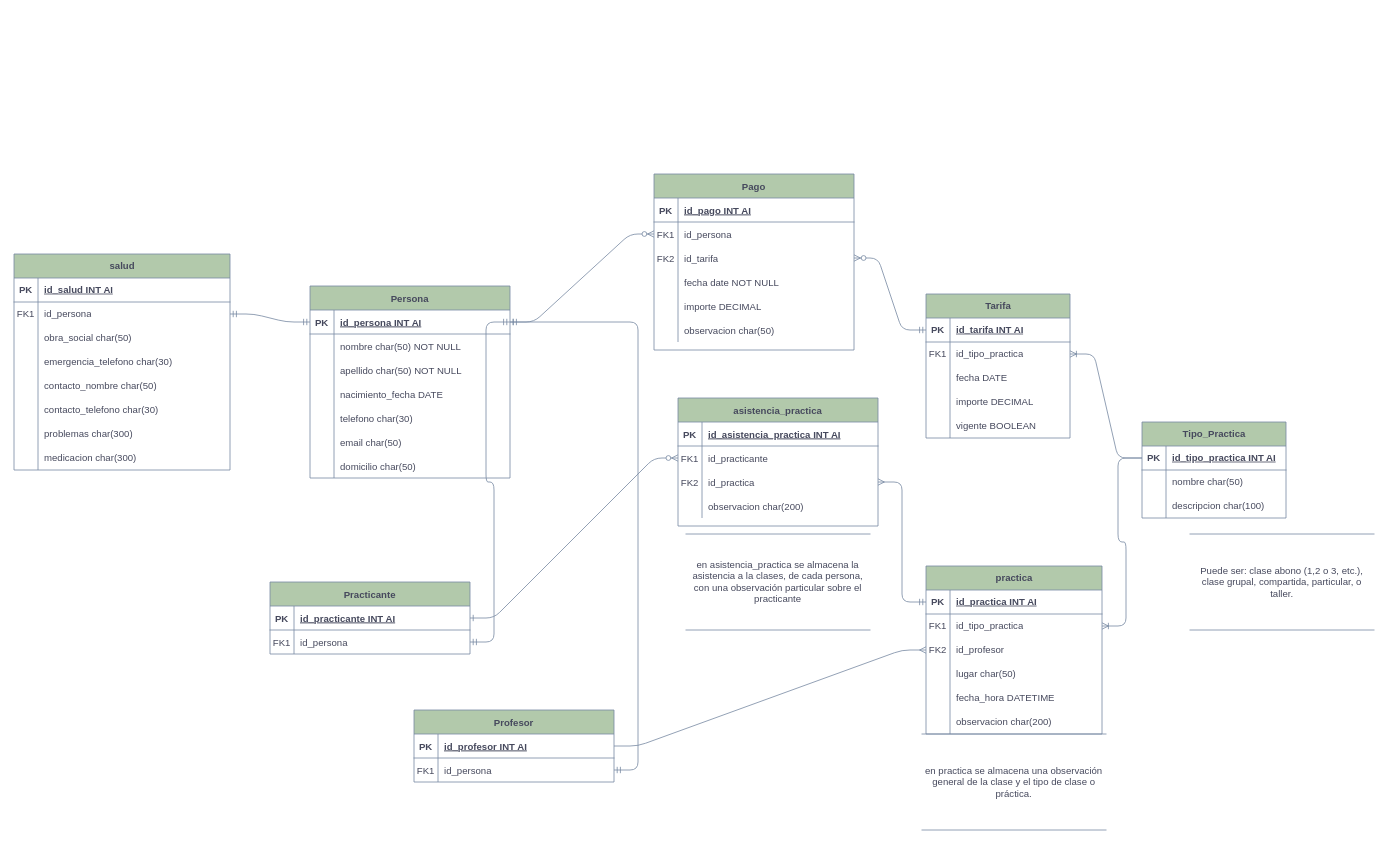
This is bd_taichimdp.drawio from Alexmdq80/taichimdp_bd, a draw.io file, before an edit. Source tidied: cells renumbered, new cells numbered last; positions are measured from the earlier drawing's top-left corner, leaving out a move shared by most shapes. Both pictures are drawn from the tidied source at 80%, with x=0, y=0 at pixel (14, 174).
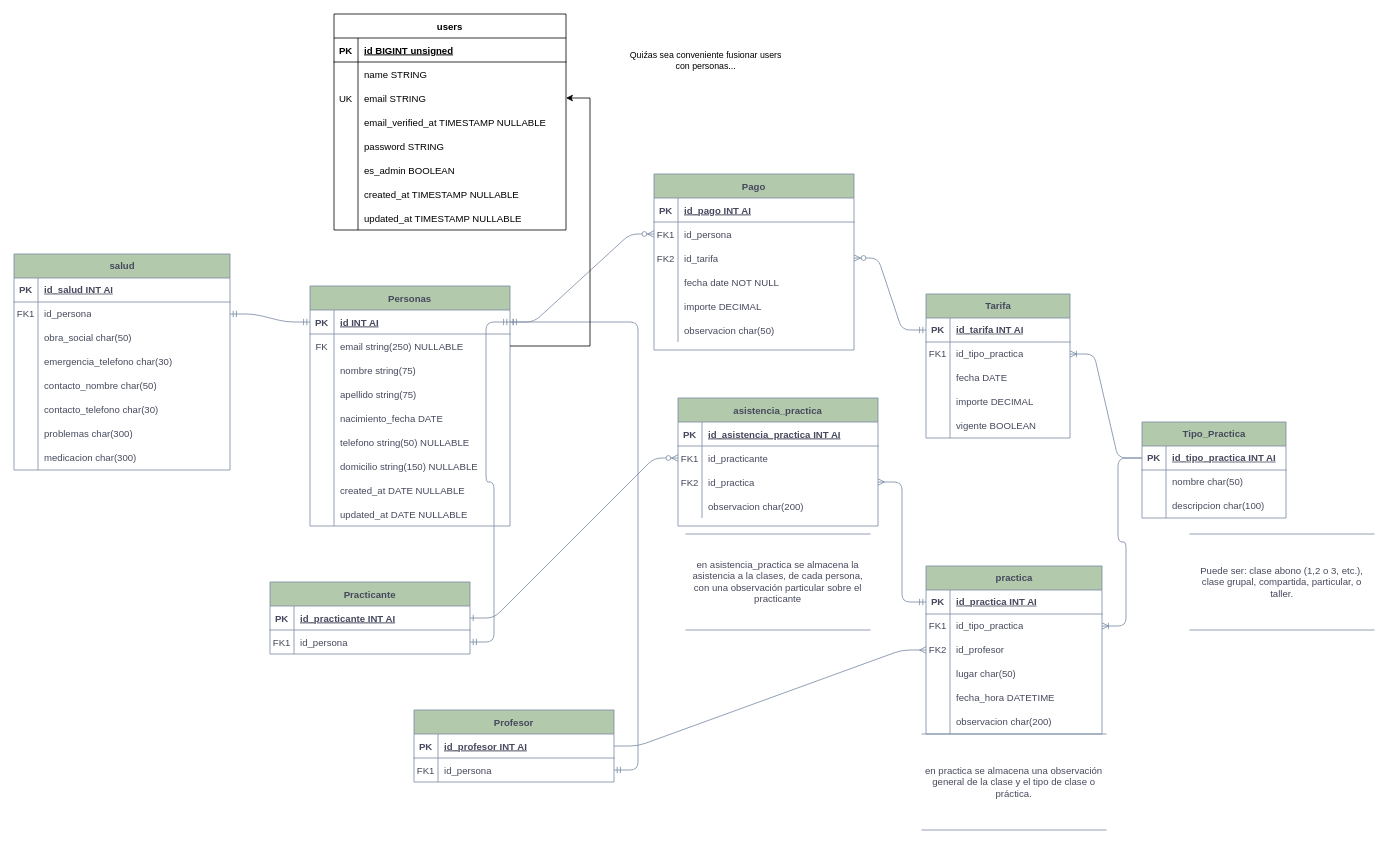
After the change.

Unchanged cells that the change refers to:
```xml
<mxCell id="24" style="shape=partialRectangle;fillColor=none;points=[[0,0.5],[1,0.5]];portConstraint=eastwest;top=0;left=0;right=0;bottom=1;labelBackgroundColor=none;strokeColor=#788AA3;fontColor=#46495D;" parent="23" vertex="1">
  <mxGeometry y="30" width="250" height="30" as="geometry" />
</mxCell>
<mxCell id="42" style="shape=partialRectangle;fillColor=none;top=0;left=0;right=0;bottom=0;labelBackgroundColor=none;strokeColor=#788AA3;fontColor=#46495D;" parent="23" vertex="1">
  <mxGeometry y="210" width="250" height="30" as="geometry" />
</mxCell>
```

The edit, as a diff of the source:
```diff
@@
-    <mxCell id="23" value="Persona" style="shape=table;startSize=30;childLayout=tableLayout;rowLines=0;fontStyle=1;align=center;labelBackgroundColor=none;fillColor=#B2C9AB;strokeColor=#788AA3;fontColor=#46495D;" parent="1" vertex="1">
-      <mxGeometry x="370" y="140" width="250" height="240" as="geometry" />
+    <mxCell id="23" value="Personas" style="shape=table;startSize=30;childLayout=tableLayout;rowLines=0;fontStyle=1;align=center;labelBackgroundColor=none;fillColor=#B2C9AB;strokeColor=#788AA3;fontColor=#46495D;" parent="1" vertex="1">
+      <mxGeometry x="370" y="140" width="250" height="300" as="geometry" />
     </mxCell>
@@
-    <mxCell id="26" value="id_persona INT AI" style="shape=partialRectangle;overflow=hidden;fillColor=none;top=0;left=0;bottom=0;right=0;align=left;spacingLeft=6;fontStyle=5;labelBackgroundColor=none;strokeColor=#788AA3;fontColor=#46495D;" parent="24" vertex="1">
+    <mxCell id="26" value="id INT AI" style="shape=partialRectangle;overflow=hidden;fillColor=none;top=0;left=0;bottom=0;right=0;align=left;spacingLeft=6;fontStyle=5;labelBackgroundColor=none;strokeColor=#788AA3;fontColor=#46495D;" parent="24" vertex="1">
       <mxGeometry x="30" width="220" height="30" as="geometry" />
     </mxCell>
+    <mxCell id="39" style="shape=partialRectangle;fillColor=none;points=[[0,0.5],[1,0.5]];portConstraint=eastwest;top=0;left=0;right=0;bottom=0;labelBackgroundColor=none;strokeColor=#788AA3;fontColor=#46495D;" parent="23" vertex="1">
+      <mxGeometry y="60" width="250" height="30" as="geometry" />
+    </mxCell>
+    <mxCell id="40" value="FK" style="shape=partialRectangle;overflow=hidden;fillColor=none;top=0;left=0;bottom=0;right=0;labelBackgroundColor=none;strokeColor=#788AA3;fontColor=#46495D;" parent="39" vertex="1">
+      <mxGeometry width="30" height="30" as="geometry" />
+    </mxCell>
+    <mxCell id="41" value="email string(250) NULLABLE" style="shape=partialRectangle;overflow=hidden;fillColor=none;top=0;left=0;bottom=0;right=0;align=left;spacingLeft=6;labelBackgroundColor=none;strokeColor=#788AA3;fontColor=#46495D;" parent="39" vertex="1">
+      <mxGeometry x="30" width="220" height="30" as="geometry" />
+    </mxCell>
     <mxCell id="27" style="shape=partialRectangle;fillColor=none;top=0;left=0;right=0;bottom=0;labelBackgroundColor=none;strokeColor=#788AA3;fontColor=#46495D;" parent="23" vertex="1">
-      <mxGeometry y="60" width="250" height="30" as="geometry" />
+      <mxGeometry y="90" width="250" height="30" as="geometry" />
     </mxCell>
@@
-    <mxCell id="29" value="nombre char(50) NOT NULL" style="shape=partialRectangle;overflow=hidden;fillColor=none;top=0;left=0;bottom=0;right=0;align=left;spacingLeft=6;rowspan=1;labelBackgroundColor=none;strokeColor=#788AA3;fontColor=#46495D;" parent="27" vertex="1">
+    <mxCell id="29" value="nombre string(75)" style="shape=partialRectangle;overflow=hidden;fillColor=none;top=0;left=0;bottom=0;right=0;align=left;spacingLeft=6;rowspan=1;labelBackgroundColor=none;strokeColor=#788AA3;fontColor=#46495D;" parent="27" vertex="1">
       <mxGeometry x="30" width="220" height="30" as="geometry" />
     </mxCell>
     <mxCell id="30" style="shape=partialRectangle;fillColor=none;top=0;left=0;right=0;bottom=0;labelBackgroundColor=none;strokeColor=#788AA3;fontColor=#46495D;" parent="23" vertex="1">
-      <mxGeometry y="90" width="250" height="30" as="geometry" />
+      <mxGeometry y="120" width="250" height="30" as="geometry" />
     </mxCell>
@@
-    <mxCell id="32" value="apellido char(50) NOT NULL" style="shape=partialRectangle;overflow=hidden;fillColor=none;top=0;left=0;bottom=0;right=0;align=left;spacingLeft=6;labelBackgroundColor=none;strokeColor=#788AA3;fontColor=#46495D;" parent="30" vertex="1">
+    <mxCell id="32" value="apellido string(75)" style="shape=partialRectangle;overflow=hidden;fillColor=none;top=0;left=0;bottom=0;right=0;align=left;spacingLeft=6;labelBackgroundColor=none;strokeColor=#788AA3;fontColor=#46495D;" parent="30" vertex="1">
       <mxGeometry x="30" width="220" height="30" as="geometry" />
     </mxCell>
     <mxCell id="33" style="shape=partialRectangle;fillColor=none;top=0;left=0;right=0;bottom=0;labelBackgroundColor=none;strokeColor=#788AA3;fontColor=#46495D;" parent="23" vertex="1">
-      <mxGeometry y="120" width="250" height="30" as="geometry" />
+      <mxGeometry y="150" width="250" height="30" as="geometry" />
     </mxCell>
@@
     <mxCell id="36" style="shape=partialRectangle;fillColor=none;top=0;left=0;right=0;bottom=0;labelBackgroundColor=none;strokeColor=#788AA3;fontColor=#46495D;" parent="23" vertex="1">
-      <mxGeometry y="150" width="250" height="30" as="geometry" />
+      <mxGeometry y="180" width="250" height="30" as="geometry" />
     </mxCell>
@@
-    <mxCell id="38" value="telefono char(30)" style="shape=partialRectangle;overflow=hidden;fillColor=none;top=0;left=0;bottom=0;right=0;align=left;spacingLeft=6;labelBackgroundColor=none;strokeColor=#788AA3;fontColor=#46495D;" parent="36" vertex="1">
+    <mxCell id="38" value="telefono string(50) NULLABLE" style="shape=partialRectangle;overflow=hidden;fillColor=none;top=0;left=0;bottom=0;right=0;align=left;spacingLeft=6;labelBackgroundColor=none;strokeColor=#788AA3;fontColor=#46495D;" parent="36" vertex="1">
       <mxGeometry x="30" width="220" height="30" as="geometry" />
     </mxCell>
-    <mxCell id="39" style="shape=partialRectangle;fillColor=none;points=[[0,0.5],[1,0.5]];portConstraint=eastwest;top=0;left=0;right=0;bottom=0;labelBackgroundColor=none;strokeColor=#788AA3;fontColor=#46495D;" parent="23" vertex="1">
-      <mxGeometry y="180" width="250" height="30" as="geometry" />
-    </mxCell>
-    <mxCell id="40" style="shape=partialRectangle;overflow=hidden;fillColor=none;top=0;left=0;bottom=0;right=0;labelBackgroundColor=none;strokeColor=#788AA3;fontColor=#46495D;" parent="39" vertex="1">
-      <mxGeometry width="30" height="30" as="geometry" />
-    </mxCell>
-    <mxCell id="41" value="email char(50)" style="shape=partialRectangle;overflow=hidden;fillColor=none;top=0;left=0;bottom=0;right=0;align=left;spacingLeft=6;labelBackgroundColor=none;strokeColor=#788AA3;fontColor=#46495D;" parent="39" vertex="1">
-      <mxGeometry x="30" width="220" height="30" as="geometry" />
-    </mxCell>
@@
-    <mxCell id="44" value="domicilio char(50)" style="shape=partialRectangle;overflow=hidden;fillColor=none;top=0;left=0;bottom=0;right=0;align=left;spacingLeft=6;labelBackgroundColor=none;strokeColor=#788AA3;fontColor=#46495D;" parent="42" vertex="1">
+    <mxCell id="44" value="domicilio string(150) NULLABLE" style="shape=partialRectangle;overflow=hidden;fillColor=none;top=0;left=0;bottom=0;right=0;align=left;spacingLeft=6;labelBackgroundColor=none;strokeColor=#788AA3;fontColor=#46495D;" parent="42" vertex="1">
       <mxGeometry x="30" width="220" height="30" as="geometry" />
     </mxCell>
+    <mxCell id="153" style="shape=partialRectangle;fillColor=none;top=0;left=0;right=0;bottom=0;labelBackgroundColor=none;strokeColor=#788AA3;fontColor=#46495D;" parent="23" vertex="1">
+      <mxGeometry y="240" width="250" height="30" as="geometry" />
+    </mxCell>
+    <mxCell id="154" style="shape=partialRectangle;overflow=hidden;fillColor=none;top=0;left=0;bottom=0;right=0;labelBackgroundColor=none;strokeColor=#788AA3;fontColor=#46495D;" parent="153" vertex="1">
+      <mxGeometry width="30" height="30" as="geometry" />
+    </mxCell>
+    <mxCell id="155" value="created_at DATE NULLABLE" style="shape=partialRectangle;overflow=hidden;fillColor=none;top=0;left=0;bottom=0;right=0;align=left;spacingLeft=6;labelBackgroundColor=none;strokeColor=#788AA3;fontColor=#46495D;" parent="153" vertex="1">
+      <mxGeometry x="30" width="220" height="30" as="geometry" />
+    </mxCell>
+    <mxCell id="156" style="shape=partialRectangle;fillColor=none;top=0;left=0;right=0;bottom=0;labelBackgroundColor=none;strokeColor=#788AA3;fontColor=#46495D;" parent="23" vertex="1">
+      <mxGeometry y="270" width="250" height="30" as="geometry" />
+    </mxCell>
+    <mxCell id="157" style="shape=partialRectangle;overflow=hidden;fillColor=none;top=0;left=0;bottom=0;right=0;labelBackgroundColor=none;strokeColor=#788AA3;fontColor=#46495D;" parent="156" vertex="1">
+      <mxGeometry width="30" height="30" as="geometry" />
+    </mxCell>
+    <mxCell id="158" value="updated_at DATE NULLABLE" style="shape=partialRectangle;overflow=hidden;fillColor=none;top=0;left=0;bottom=0;right=0;align=left;spacingLeft=6;labelBackgroundColor=none;strokeColor=#788AA3;fontColor=#46495D;" parent="156" vertex="1">
+      <mxGeometry x="30" width="220" height="30" as="geometry" />
+    </mxCell>
@@
+    <mxCell id="159" value="users" style="shape=table;startSize=30;childLayout=tableLayout;rowLines=0;fontStyle=1;align=center;" parent="1" vertex="1">
+      <mxGeometry x="400" y="-200" width="290" height="270" as="geometry" />
+    </mxCell>
+    <mxCell id="160" style="shape=partialRectangle;fillColor=none;top=0;left=0;right=0;bottom=1;" parent="159" vertex="1">
+      <mxGeometry y="30" width="290" height="30" as="geometry" />
+    </mxCell>
+    <mxCell id="161" value="PK" style="shape=partialRectangle;overflow=hidden;fillColor=none;top=0;left=0;bottom=0;right=0;fontStyle=1;" parent="160" vertex="1">
+      <mxGeometry width="30" height="30" as="geometry" />
+    </mxCell>
+    <mxCell id="162" value="id BIGINT unsigned" style="shape=partialRectangle;overflow=hidden;fillColor=none;top=0;left=0;bottom=0;right=0;align=left;spacingLeft=6;fontStyle=5;" parent="160" vertex="1">
+      <mxGeometry x="30" width="260" height="30" as="geometry" />
+    </mxCell>
+    <mxCell id="163" style="shape=partialRectangle;fillColor=none;top=0;left=0;right=0;bottom=0;" parent="159" vertex="1">
+      <mxGeometry y="60" width="290" height="30" as="geometry" />
+    </mxCell>
+    <mxCell id="164" style="shape=partialRectangle;overflow=hidden;fillColor=none;top=0;left=0;bottom=0;right=0;" parent="163" vertex="1">
+      <mxGeometry width="30" height="30" as="geometry" />
+    </mxCell>
+    <mxCell id="165" value="name STRING" style="shape=partialRectangle;overflow=hidden;fillColor=none;top=0;left=0;bottom=0;right=0;align=left;spacingLeft=6;" parent="163" vertex="1">
+      <mxGeometry x="30" width="260" height="30" as="geometry" />
+    </mxCell>
+    <mxCell id="166" style="shape=partialRectangle;fillColor=none;points=[[0,0.5],[1,0.5]];portConstraint=eastwest;top=0;left=0;right=0;bottom=0;" parent="159" vertex="1">
+      <mxGeometry y="90" width="290" height="30" as="geometry" />
+    </mxCell>
+    <mxCell id="167" value="UK" style="shape=partialRectangle;overflow=hidden;fillColor=none;top=0;left=0;bottom=0;right=0;" parent="166" vertex="1">
+      <mxGeometry width="30" height="30" as="geometry" />
+    </mxCell>
+    <mxCell id="168" value="email STRING" style="shape=partialRectangle;overflow=hidden;fillColor=none;top=0;left=0;bottom=0;right=0;align=left;spacingLeft=6;" parent="166" vertex="1">
+      <mxGeometry x="30" width="260" height="30" as="geometry" />
+    </mxCell>
+    <mxCell id="169" style="shape=partialRectangle;fillColor=none;top=0;left=0;right=0;bottom=0;" parent="159" vertex="1">
+      <mxGeometry y="120" width="290" height="30" as="geometry" />
+    </mxCell>
+    <mxCell id="170" style="shape=partialRectangle;overflow=hidden;fillColor=none;top=0;left=0;bottom=0;right=0;" parent="169" vertex="1">
+      <mxGeometry width="30" height="30" as="geometry" />
+    </mxCell>
+    <mxCell id="171" value="email_verified_at TIMESTAMP NULLABLE" style="shape=partialRectangle;overflow=hidden;fillColor=none;top=0;left=0;bottom=0;right=0;align=left;spacingLeft=6;" parent="169" vertex="1">
+      <mxGeometry x="30" width="260" height="30" as="geometry" />
+    </mxCell>
+    <mxCell id="172" style="shape=partialRectangle;fillColor=none;top=0;left=0;right=0;bottom=0;" parent="159" vertex="1">
+      <mxGeometry y="150" width="290" height="30" as="geometry" />
+    </mxCell>
+    <mxCell id="173" style="shape=partialRectangle;overflow=hidden;fillColor=none;top=0;left=0;bottom=0;right=0;" parent="172" vertex="1">
+      <mxGeometry width="30" height="30" as="geometry" />
+    </mxCell>
+    <mxCell id="174" value="password STRING" style="shape=partialRectangle;overflow=hidden;fillColor=none;top=0;left=0;bottom=0;right=0;align=left;spacingLeft=6;" parent="172" vertex="1">
+      <mxGeometry x="30" width="260" height="30" as="geometry" />
+    </mxCell>
+    <mxCell id="175" style="shape=partialRectangle;fillColor=none;top=0;left=0;right=0;bottom=0;" parent="159" vertex="1">
+      <mxGeometry y="180" width="290" height="30" as="geometry" />
+    </mxCell>
+    <mxCell id="176" style="shape=partialRectangle;overflow=hidden;fillColor=none;top=0;left=0;bottom=0;right=0;" parent="175" vertex="1">
+      <mxGeometry width="30" height="30" as="geometry" />
+    </mxCell>
+    <mxCell id="177" value="es_admin BOOLEAN" style="shape=partialRectangle;overflow=hidden;fillColor=none;top=0;left=0;bottom=0;right=0;align=left;spacingLeft=6;" parent="175" vertex="1">
+      <mxGeometry x="30" width="260" height="30" as="geometry" />
+    </mxCell>
+    <mxCell id="178" style="shape=partialRectangle;fillColor=none;top=0;left=0;right=0;bottom=0;" parent="159" vertex="1">
+      <mxGeometry y="210" width="290" height="30" as="geometry" />
+    </mxCell>
+    <mxCell id="179" style="shape=partialRectangle;overflow=hidden;fillColor=none;top=0;left=0;bottom=0;right=0;" parent="178" vertex="1">
+      <mxGeometry width="30" height="30" as="geometry" />
+    </mxCell>
+    <mxCell id="180" value="created_at TIMESTAMP NULLABLE" style="shape=partialRectangle;overflow=hidden;fillColor=none;top=0;left=0;bottom=0;right=0;align=left;spacingLeft=6;" parent="178" vertex="1">
+      <mxGeometry x="30" width="260" height="30" as="geometry" />
+    </mxCell>
+    <mxCell id="181" style="shape=partialRectangle;fillColor=none;top=0;left=0;right=0;bottom=0;" parent="159" vertex="1">
+      <mxGeometry y="240" width="290" height="30" as="geometry" />
+    </mxCell>
+    <mxCell id="182" style="shape=partialRectangle;overflow=hidden;fillColor=none;top=0;left=0;bottom=0;right=0;" parent="181" vertex="1">
+      <mxGeometry width="30" height="30" as="geometry" />
+    </mxCell>
+    <mxCell id="183" value="updated_at TIMESTAMP NULLABLE" style="shape=partialRectangle;overflow=hidden;fillColor=none;top=0;left=0;bottom=0;right=0;align=left;spacingLeft=6;" parent="181" vertex="1">
+      <mxGeometry x="30" width="260" height="30" as="geometry" />
+    </mxCell>
+    <mxCell id="184" style="edgeStyle=entityRelationEdgeStyle;rounded=0;jettySize=auto;html=1;" parent="1" edge="1" source="39" target="166">
+      <mxGeometry relative="1" as="geometry" />
+    </mxCell>
+    <mxCell id="185" value="&lt;span style=&quot;font-size: 11px;&quot;&gt;Quiźas sea conveniente fusionar users con personas...&lt;/span&gt;&lt;div&gt;&lt;span style=&quot;font-size: 11px;&quot;&gt;&lt;br&gt;&lt;/span&gt;&lt;/div&gt;" style="text;strokeColor=none;align=center;fillColor=none;html=1;verticalAlign=middle;whiteSpace=wrap;rounded=0;" parent="1" vertex="1">
+      <mxGeometry x="760" y="-170" width="210" height="70" as="geometry" />
+    </mxCell>
```
